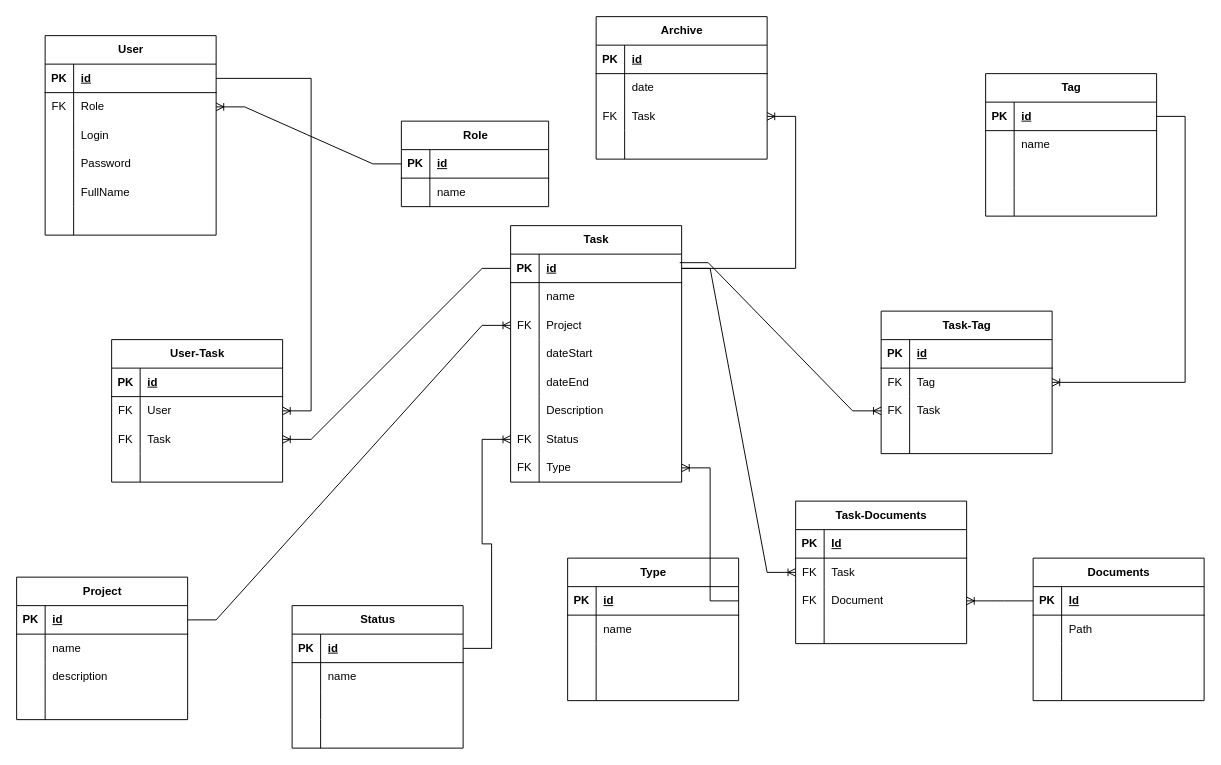
Earlier version of the draw.io diagram Diagrams/TaskManager.drawio (oLaDushek3/IT-Processes). Source tidied: cells renumbered, new cells numbered last; positions are measured from the earlier drawing's top-left corner, leaving out a move shared by most shapes. Both pictures are drawn from the tidied source at 95%, with x=0, y=0 at pixel (16, 16).
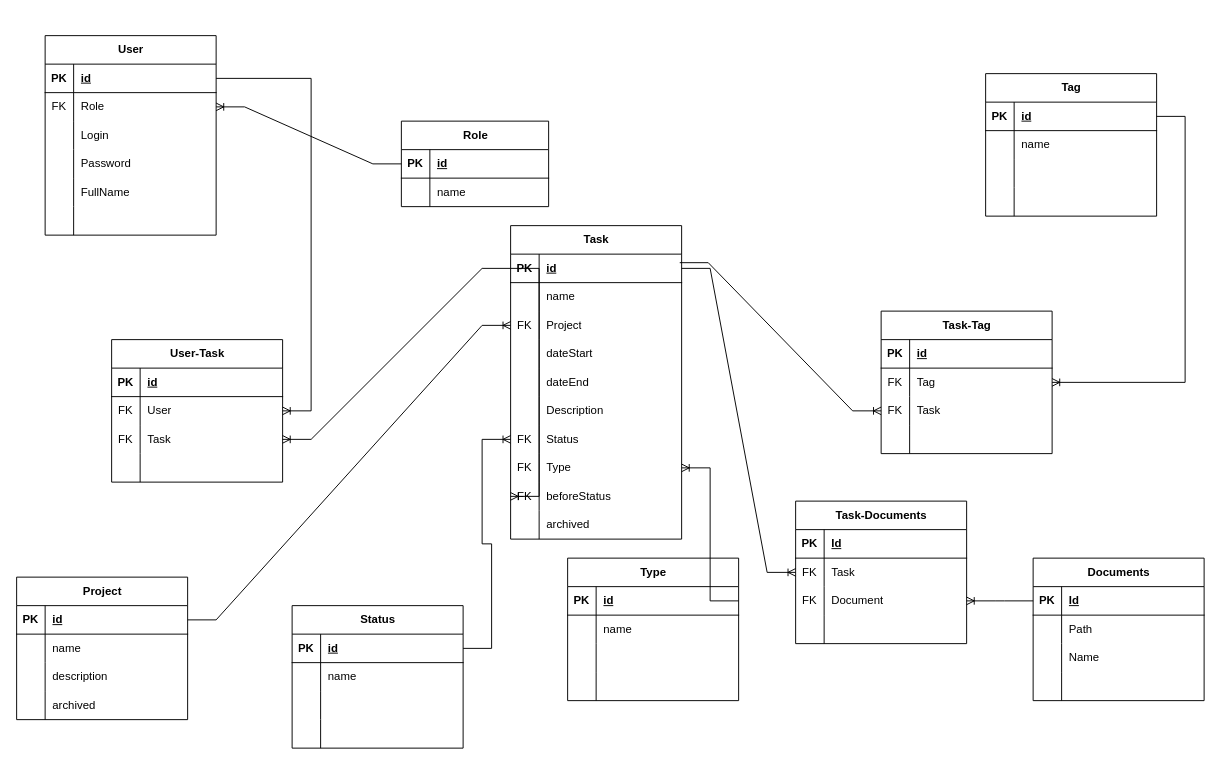
The same page after the edit.

The change refers to these unchanged cells:
```xml
<mxCell id="52" style="shape=tableRow;horizontal=0;startSize=0;swimlaneHead=0;swimlaneBody=0;fillColor=none;top=0;left=0;right=0;bottom=0;" parent="42" vertex="1">
  <mxGeometry y="120" width="180" height="30" as="geometry" />
</mxCell>
<mxCell id="56" style="shape=tableRow;horizontal=0;startSize=0;swimlaneHead=0;swimlaneBody=0;fillColor=none;points=[[0,0.5],[1,0.5]];portConstraint=eastwest;top=0;left=0;right=0;bottom=1;" parent="55" vertex="1">
  <mxGeometry y="30" width="180" height="30" as="geometry" />
</mxCell>
<mxCell id="160" style="shape=tableRow;horizontal=0;startSize=0;swimlaneHead=0;swimlaneBody=0;fillColor=none;top=0;left=0;right=0;bottom=0;" parent="153" vertex="1">
  <mxGeometry y="90" width="180" height="30" as="geometry" />
</mxCell>
```

What changed in the source:
```diff
@@
-    <mxCell id="28" value="Archive" style="shape=table;startSize=30;childLayout=tableLayout;rowLines=0;fontStyle=1;align=center;html=1;" parent="1" vertex="1">
-      <mxGeometry x="610" width="180" height="150" as="geometry" />
-    </mxCell>
-    <mxCell id="29" style="shape=tableRow;horizontal=0;startSize=0;swimlaneHead=0;swimlaneBody=0;fillColor=none;top=0;left=0;right=0;bottom=1;" parent="28" vertex="1">
-      <mxGeometry y="30" width="180" height="30" as="geometry" />
-    </mxCell>
-    <mxCell id="30" value="PK" style="shape=partialRectangle;fillColor=none;top=0;left=0;bottom=0;right=0;fontStyle=1;overflow=hidden;whiteSpace=wrap;html=1;" parent="29" vertex="1">
-      <mxGeometry width="30" height="30" as="geometry" />
-    </mxCell>
-    <mxCell id="31" value="id" style="shape=partialRectangle;fillColor=none;top=0;left=0;bottom=0;right=0;align=left;spacingLeft=6;fontStyle=5;overflow=hidden;whiteSpace=wrap;html=1;" parent="29" vertex="1">
-      <mxGeometry x="30" width="150" height="30" as="geometry" />
-    </mxCell>
-    <mxCell id="32" style="shape=tableRow;horizontal=0;startSize=0;swimlaneHead=0;swimlaneBody=0;fillColor=none;top=0;left=0;right=0;bottom=0;" parent="28" vertex="1">
-      <mxGeometry y="60" width="180" height="30" as="geometry" />
-    </mxCell>
-    <mxCell id="33" style="shape=partialRectangle;fillColor=none;top=0;left=0;bottom=0;right=0;overflow=hidden;whiteSpace=wrap;html=1;" parent="32" vertex="1">
-      <mxGeometry width="30" height="30" as="geometry" />
-    </mxCell>
-    <mxCell id="34" value="date" style="shape=partialRectangle;fillColor=none;top=0;left=0;bottom=0;right=0;align=left;spacingLeft=6;overflow=hidden;whiteSpace=wrap;html=1;" parent="32" vertex="1">
-      <mxGeometry x="30" width="150" height="30" as="geometry" />
-    </mxCell>
-    <mxCell id="35" style="shape=tableRow;horizontal=0;startSize=0;swimlaneHead=0;swimlaneBody=0;fillColor=none;points=[[0,0.5],[1,0.5]];portConstraint=eastwest;top=0;left=0;right=0;bottom=0;" parent="28" vertex="1">
-      <mxGeometry y="90" width="180" height="30" as="geometry" />
-    </mxCell>
-    <mxCell id="36" value="FK" style="shape=partialRectangle;fillColor=none;top=0;left=0;bottom=0;right=0;overflow=hidden;whiteSpace=wrap;html=1;" parent="35" vertex="1">
-      <mxGeometry width="30" height="30" as="geometry" />
-    </mxCell>
-    <mxCell id="37" value="Task" style="shape=partialRectangle;fillColor=none;top=0;left=0;bottom=0;right=0;align=left;spacingLeft=6;overflow=hidden;whiteSpace=wrap;html=1;" parent="35" vertex="1">
-      <mxGeometry x="30" width="150" height="30" as="geometry" />
-    </mxCell>
-    <mxCell id="38" style="shape=tableRow;horizontal=0;startSize=0;swimlaneHead=0;swimlaneBody=0;fillColor=none;top=0;left=0;right=0;bottom=0;" parent="28" vertex="1">
-      <mxGeometry y="120" width="180" height="30" as="geometry" />
-    </mxCell>
-    <mxCell id="39" style="shape=partialRectangle;fillColor=none;top=0;left=0;bottom=0;right=0;overflow=hidden;whiteSpace=wrap;html=1;" parent="38" vertex="1">
-      <mxGeometry width="30" height="30" as="geometry" />
-    </mxCell>
-    <mxCell id="40" style="shape=partialRectangle;fillColor=none;top=0;left=0;bottom=0;right=0;align=left;spacingLeft=6;overflow=hidden;whiteSpace=wrap;html=1;" parent="38" vertex="1">
-      <mxGeometry x="30" width="150" height="30" as="geometry" />
-    </mxCell>
@@
-    <mxCell id="54" style="shape=partialRectangle;fillColor=none;top=0;left=0;bottom=0;right=0;align=left;spacingLeft=6;overflow=hidden;whiteSpace=wrap;html=1;" parent="52" vertex="1">
+    <mxCell id="54" value="archived" style="shape=partialRectangle;fillColor=none;top=0;left=0;bottom=0;right=0;align=left;spacingLeft=6;overflow=hidden;whiteSpace=wrap;html=1;" parent="52" vertex="1">
       <mxGeometry x="30" width="150" height="30" as="geometry" />
     </mxCell>
     <mxCell id="55" value="Task" style="shape=table;startSize=30;childLayout=tableLayout;rowLines=0;fontStyle=1;align=center;html=1;" parent="1" vertex="1">
-      <mxGeometry x="520" y="220" width="180" height="270" as="geometry" />
+      <mxGeometry x="520" y="220" width="180" height="330" as="geometry" />
     </mxCell>
@@
+    <mxCell id="181" style="shape=tableRow;horizontal=0;startSize=0;swimlaneHead=0;swimlaneBody=0;fillColor=none;points=[[0,0.5],[1,0.5]];portConstraint=eastwest;top=0;left=0;right=0;bottom=0;" parent="55" vertex="1">
+      <mxGeometry y="270" width="180" height="30" as="geometry" />
+    </mxCell>
+    <mxCell id="36" value="FK" style="shape=partialRectangle;fillColor=none;top=0;left=0;bottom=0;right=0;overflow=hidden;whiteSpace=wrap;html=1;" parent="181" vertex="1">
+      <mxGeometry width="30" height="30" as="geometry" />
+    </mxCell>
+    <mxCell id="182" value="beforeStatus" style="shape=partialRectangle;fillColor=none;top=0;left=0;bottom=0;right=0;align=left;spacingLeft=6;overflow=hidden;whiteSpace=wrap;html=1;" parent="181" vertex="1">
+      <mxGeometry x="30" width="150" height="30" as="geometry" />
+    </mxCell>
+    <mxCell id="183" style="shape=tableRow;horizontal=0;startSize=0;swimlaneHead=0;swimlaneBody=0;fillColor=none;top=0;left=0;right=0;bottom=0;" parent="55" vertex="1">
+      <mxGeometry y="300" width="180" height="30" as="geometry" />
+    </mxCell>
+    <mxCell id="184" style="shape=partialRectangle;fillColor=none;top=0;left=0;bottom=0;right=0;overflow=hidden;whiteSpace=wrap;html=1;" parent="183" vertex="1">
+      <mxGeometry width="30" height="30" as="geometry" />
+    </mxCell>
+    <mxCell id="185" value="archived" style="shape=partialRectangle;fillColor=none;top=0;left=0;bottom=0;right=0;align=left;spacingLeft=6;overflow=hidden;whiteSpace=wrap;html=1;" parent="183" vertex="1">
+      <mxGeometry x="30" width="150" height="30" as="geometry" />
+    </mxCell>
+    <mxCell id="186" style="edgeStyle=entityRelationEdgeStyle;fontSize=12;html=1;endArrow=ERoneToMany;rounded=0;exitX=0;exitY=0.5;exitDx=0;exitDy=0;entryX=0;entryY=0.5;entryDx=0;entryDy=0;" parent="55" edge="1" source="56" target="181">
+      <mxGeometry relative="1" as="geometry" />
+    </mxCell>
@@
-    <mxCell id="151" style="edgeStyle=entityRelationEdgeStyle;fontSize=12;html=1;endArrow=ERoneToMany;rounded=0;" parent="1" edge="1" source="56" target="35">
-      <mxGeometry relative="1" as="geometry" />
-    </mxCell>
@@
-    <mxCell id="162" style="shape=partialRectangle;fillColor=none;top=0;left=0;bottom=0;right=0;align=left;spacingLeft=6;overflow=hidden;whiteSpace=wrap;html=1;" parent="160" vertex="1">
+    <mxCell id="162" value="Name" style="shape=partialRectangle;fillColor=none;top=0;left=0;bottom=0;right=0;align=left;spacingLeft=6;overflow=hidden;whiteSpace=wrap;html=1;" parent="160" vertex="1">
       <mxGeometry x="30" width="150" height="30" as="geometry" />
     </mxCell>
```
